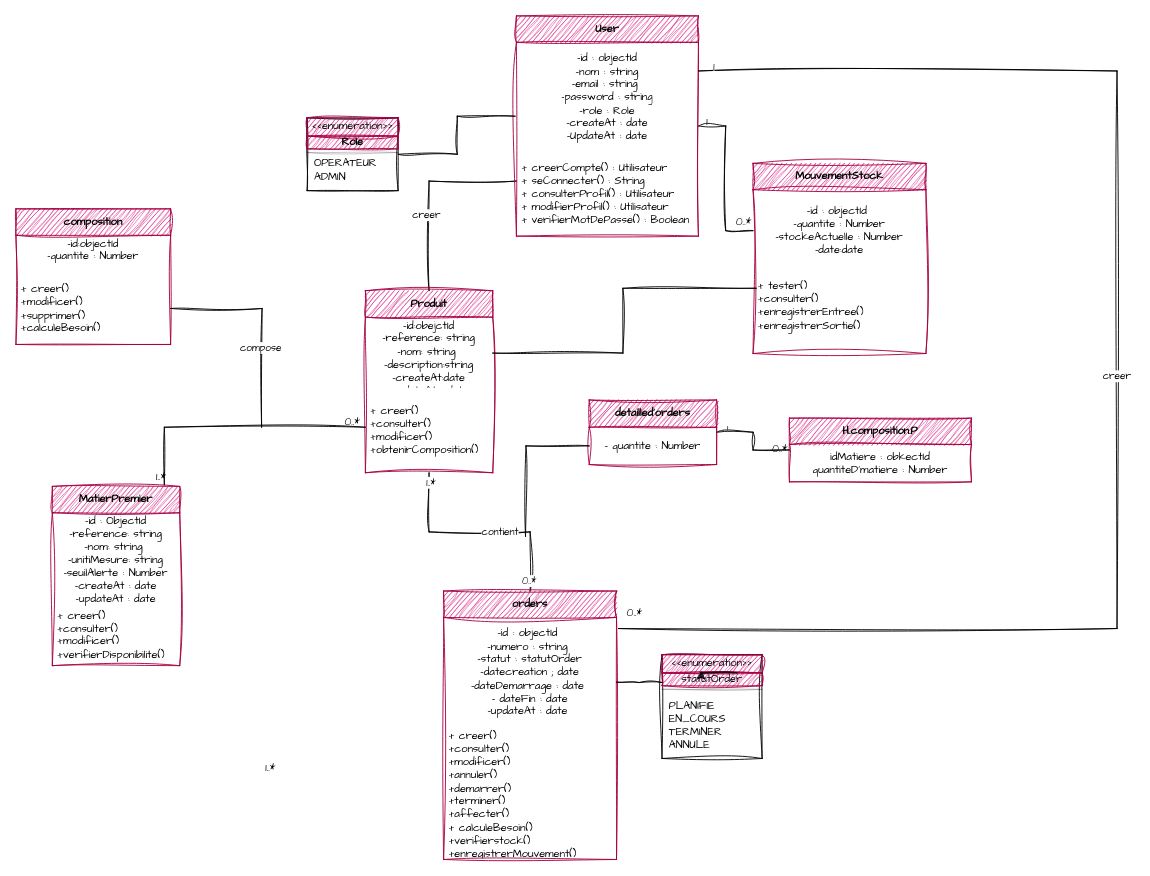
This is diagrammeClass.drawio from khaoula-khaldi/FactoryFlow, a draw.io file, before an edit. Source tidied: cells renumbered, new cells numbered last; positions are measured from the earlier drawing's top-left corner, leaving out a move shared by most shapes. Both pictures are drawn from the tidied source at 91%, with x=0, y=0 at pixel (15, 15).
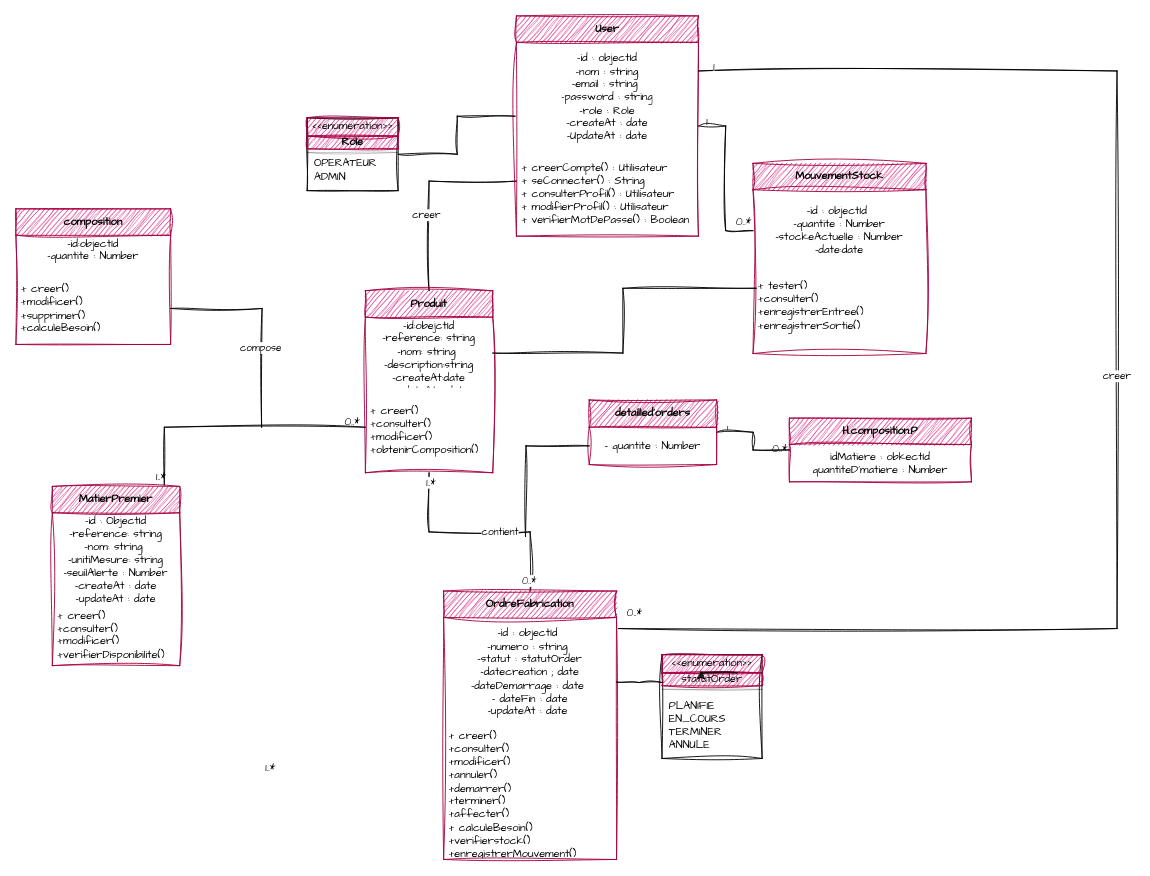
The same diagram, later.

Diff of the diagram source:
```diff
@@
-    <mxCell id="31" value="&lt;div&gt;&lt;span style=&quot;color: light-dark(rgb(0, 0, 0), rgb(255, 255, 255));&quot;&gt;orders&lt;/span&gt;&lt;/div&gt;" style="swimlane;fontStyle=1;align=center;verticalAlign=middle;horizontal=1;startSize=29;html=1;whiteSpace=wrap;sketch=1;hachureGap=4;jiggle=2;curveFitting=1;fontFamily=Architects Daughter;fillColor=#d80073;fontColor=#ffffff;strokeColor=#A50040;" parent="1" vertex="1">
+    <mxCell id="31" value="&lt;span style=&quot;color: rgb(0, 0, 0);&quot;&gt;OrdreFabrication&lt;/span&gt;" style="swimlane;fontStyle=1;align=center;verticalAlign=middle;horizontal=1;startSize=29;html=1;whiteSpace=wrap;sketch=1;hachureGap=4;jiggle=2;curveFitting=1;fontFamily=Architects Daughter;fillColor=#d80073;fontColor=#ffffff;strokeColor=#A50040;" parent="1" vertex="1">
       <mxGeometry x="470" y="632" width="190" height="295" as="geometry" />
     </mxCell>
```
